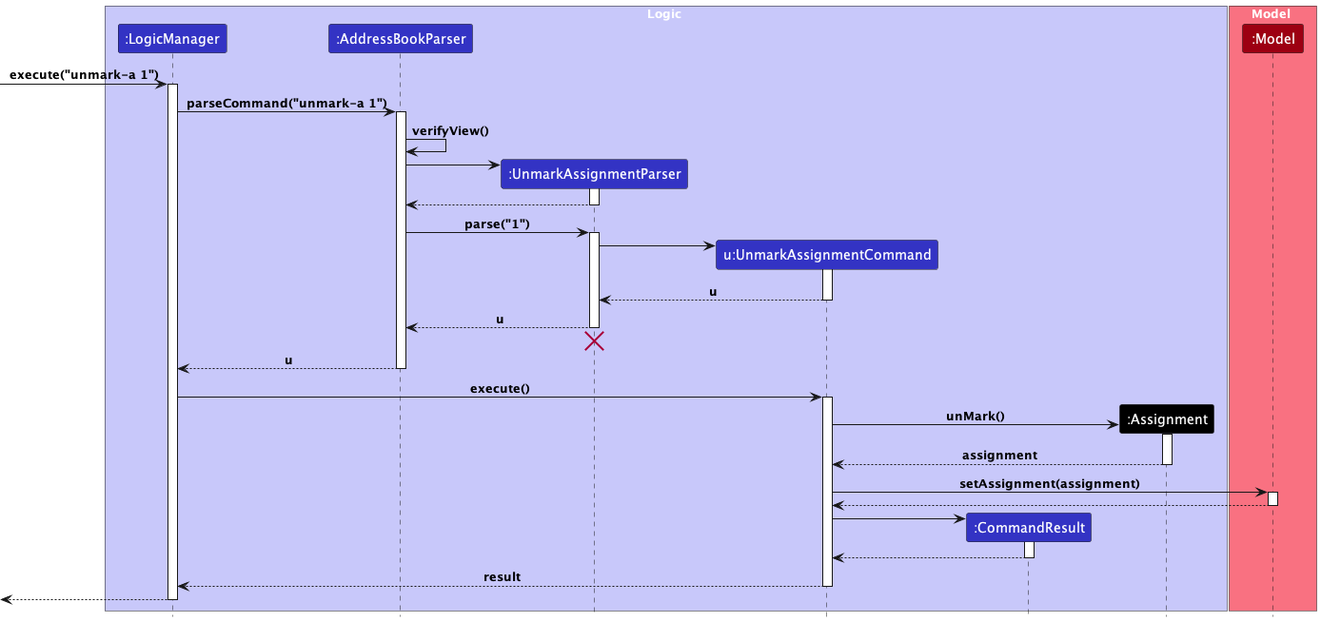
The PlantUML diagram docs/images/UnmarkAssignmentSeq.png in seewhyjay/tp, before a commit. Source of this version:
```plantuml
@startuml
!include style.puml

box Logic LOGIC_COLOR_T1
participant ":LogicManager" as LogicManager LOGIC_COLOR
participant ":AddressBookParser" as AddressBookParser LOGIC_COLOR
participant ":UnmarkAssignmentParser" as UnmarkAssignmentParser LOGIC_COLOR
participant "u:UnmarkAssignmentCommand" as UnmarkAssignmentCommand LOGIC_COLOR
participant ":CommandResult" as CommandResult LOGIC_COLOR
participant ":Assignment" as Assignment USER_COLOR
end box

box Model MODEL_COLOR_T1
participant ":Model" as Model MODEL_COLOR
end box

[-> LogicManager : execute("unmark-a 1")
activate LogicManager

LogicManager -> AddressBookParser : parseCommand("unmark-a 1")
activate AddressBookParser

AddressBookParser -> AddressBookParser : verifyView()

create UnmarkAssignmentParser
AddressBookParser -> UnmarkAssignmentParser
activate UnmarkAssignmentParser

UnmarkAssignmentParser --> AddressBookParser
deactivate UnmarkAssignmentParser

AddressBookParser -> UnmarkAssignmentParser : parse("1")
activate UnmarkAssignmentParser

create UnmarkAssignmentCommand
UnmarkAssignmentParser -> UnmarkAssignmentCommand
activate UnmarkAssignmentCommand

UnmarkAssignmentCommand --> UnmarkAssignmentParser : u
deactivate UnmarkAssignmentCommand

UnmarkAssignmentParser --> AddressBookParser : u
deactivate UnmarkAssignmentParser
UnmarkAssignmentParser -[hidden]-> AddressBookParser
destroy UnmarkAssignmentParser

AddressBookParser --> LogicManager : u
deactivate AddressBookParser

LogicManager -> UnmarkAssignmentCommand : execute()
activate UnmarkAssignmentCommand

create Assignment
UnmarkAssignmentCommand -> Assignment : unMark()
activate Assignment

Assignment --> UnmarkAssignmentCommand : assignment
deactivate Assignment

UnmarkAssignmentCommand -> Model : setAssignment(assignment)
activate Model

Model --> UnmarkAssignmentCommand
deactivate Model

create CommandResult
UnmarkAssignmentCommand -> CommandResult
activate CommandResult

CommandResult --> UnmarkAssignmentCommand
deactivate CommandResult

UnmarkAssignmentCommand --> LogicManager : result
deactivate UnmarkAssignmentCommand

[<--LogicManager
deactivate LogicManager
@enduml
```
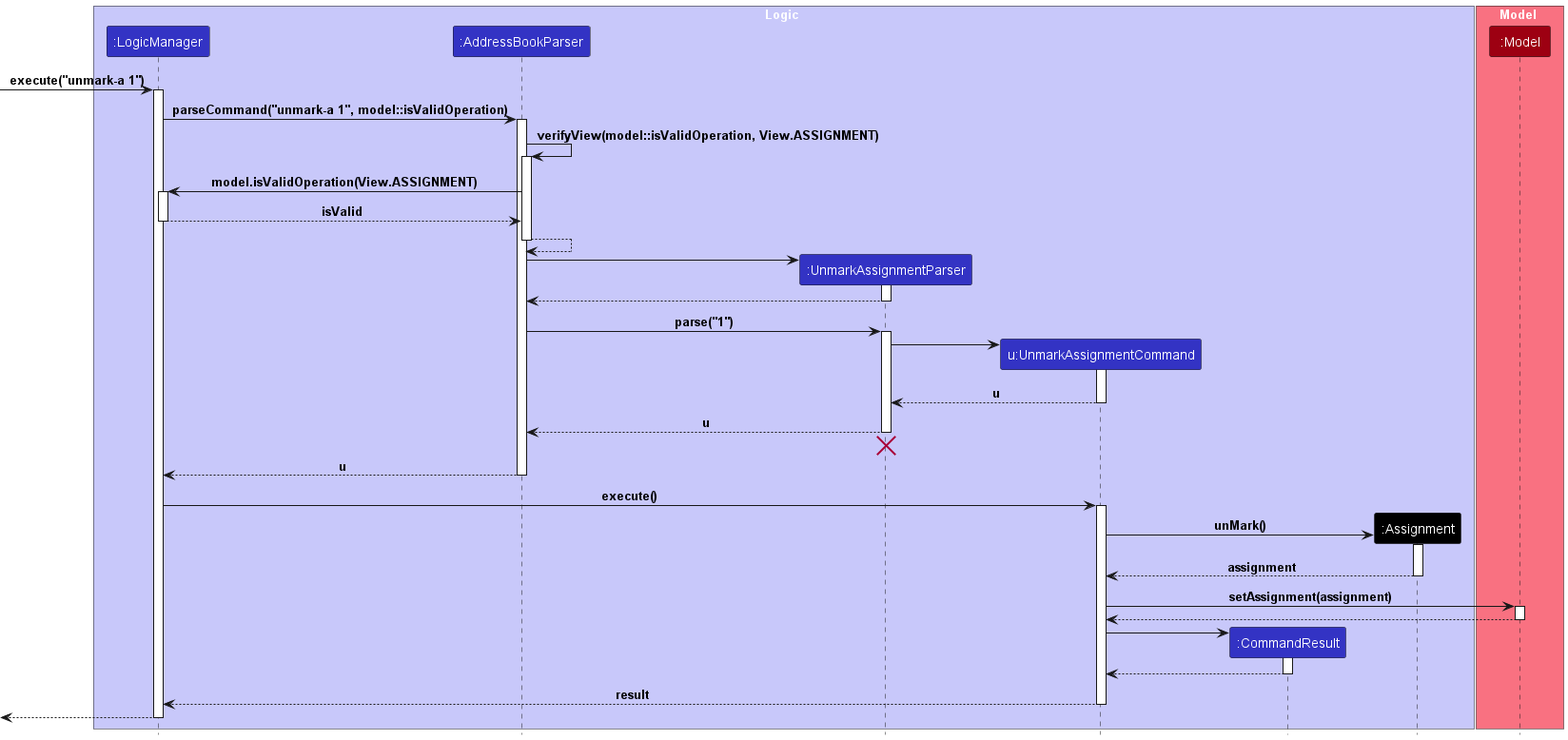
Later version of the same file.

Diff of the diagram source:
```diff
@@ -17,10 +17,21 @@
 [-> LogicManager : execute("unmark-a 1")
 activate LogicManager
 
-LogicManager -> AddressBookParser : parseCommand("unmark-a 1")
+LogicManager -> AddressBookParser : parseCommand("unmark-a 1", model::isValidOperation)
 activate AddressBookParser
 
-AddressBookParser -> AddressBookParser : verifyView()
+AddressBookParser -> AddressBookParser : verifyView(model::isValidOperation, View.ASSIGNMENT)
+activate AddressBookParser
+
+AddressBookParser -> LogicManager : model.isValidOperation(View.ASSIGNMENT)
+activate LogicManager
+
+LogicManager --> AddressBookParser : isValid
+deactivate LogicManager
+
+AddressBookParser --> AddressBookParser
+
+deactivate AddressBookParser
 
 create UnmarkAssignmentParser
 AddressBookParser -> UnmarkAssignmentParser
```
